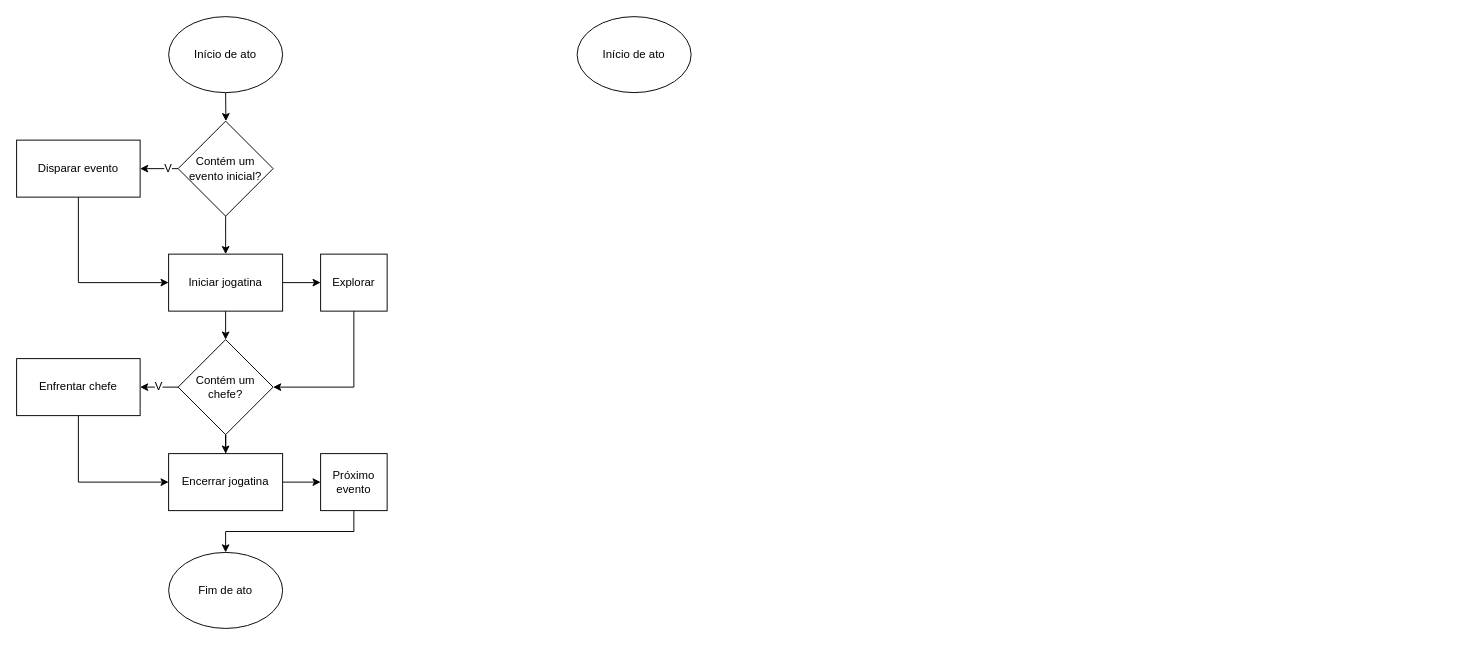
Above: DiagramaDeAtos.drawio in Andreas-Atomphi/aural-thorns-diagrams (draw.io), before the change. Source tidied: cells renumbered, new cells numbered last; positions are measured from the earlier drawing's top-left corner, leaving out a move shared by most shapes. Both pictures are drawn from the tidied source at 95%, with x=0, y=0 at pixel (16, 16).
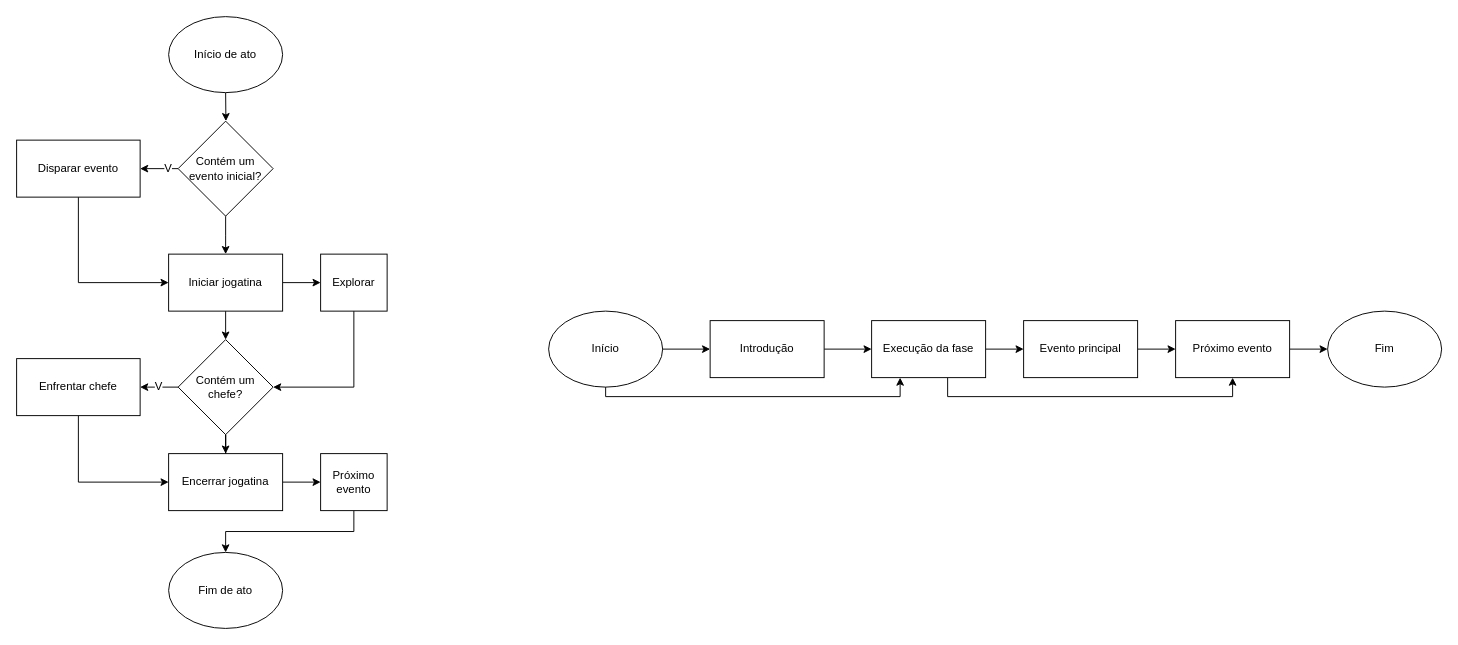
The same page after the edit.

Change to the diagram source:
```diff
@@
-    <mxCell id="26" value="Início de ato" style="ellipse;whiteSpace=wrap;html=1;" parent="1" vertex="1">
-      <mxGeometry x="590" width="120" height="80" as="geometry" />
-    </mxCell>
+    <mxCell id="27" style="edgeStyle=orthogonalEdgeStyle;rounded=0;jettySize=auto;html=1;exitX=1;exitY=0.5;exitDx=0;exitDy=0;entryX=0;entryY=0.5;entryDx=0;entryDy=0;" parent="1" edge="1" source="29" target="31">
+      <mxGeometry relative="1" as="geometry" />
+    </mxCell>
+    <mxCell id="28" style="edgeStyle=orthogonalEdgeStyle;rounded=0;jettySize=auto;html=1;entryX=0.25;entryY=1;entryDx=0;entryDy=0;" parent="1" edge="1" source="29" target="34">
+      <mxGeometry relative="1" as="geometry">
+        <Array as="points">
+          <mxPoint x="620" y="400" />
+          <mxPoint x="930" y="400" />
+        </Array>
+      </mxGeometry>
+    </mxCell>
+    <mxCell id="29" value="Início" style="ellipse;whiteSpace=wrap;html=1;" parent="1" vertex="1">
+      <mxGeometry x="560" y="310" width="120" height="80" as="geometry" />
+    </mxCell>
+    <mxCell id="30" style="edgeStyle=orthogonalEdgeStyle;rounded=0;jettySize=auto;html=1;exitX=1;exitY=0.5;exitDx=0;exitDy=0;entryX=0;entryY=0.5;entryDx=0;entryDy=0;" parent="1" edge="1" source="31" target="34">
+      <mxGeometry relative="1" as="geometry" />
+    </mxCell>
+    <mxCell id="31" value="Introdução" style="rounded=0;whiteSpace=wrap;html=1;" parent="1" vertex="1">
+      <mxGeometry x="730" y="320" width="120" height="60" as="geometry" />
+    </mxCell>
+    <mxCell id="32" style="edgeStyle=orthogonalEdgeStyle;rounded=0;jettySize=auto;html=1;" parent="1" edge="1" source="34" target="36">
+      <mxGeometry relative="1" as="geometry" />
+    </mxCell>
+    <mxCell id="33" style="edgeStyle=orthogonalEdgeStyle;rounded=0;jettySize=auto;html=1;entryX=0.5;entryY=1;entryDx=0;entryDy=0;" parent="1" edge="1" source="34" target="38">
+      <mxGeometry relative="1" as="geometry">
+        <Array as="points">
+          <mxPoint x="980" y="400" />
+          <mxPoint x="1280" y="400" />
+        </Array>
+      </mxGeometry>
+    </mxCell>
+    <mxCell id="34" value="Execução da fase" style="rounded=0;whiteSpace=wrap;html=1;" parent="1" vertex="1">
+      <mxGeometry x="900" y="320" width="120" height="60" as="geometry" />
+    </mxCell>
+    <mxCell id="35" style="edgeStyle=orthogonalEdgeStyle;rounded=0;jettySize=auto;html=1;" parent="1" edge="1" source="36" target="38">
+      <mxGeometry relative="1" as="geometry" />
+    </mxCell>
+    <mxCell id="36" value="Evento principal" style="rounded=0;whiteSpace=wrap;html=1;" parent="1" vertex="1">
+      <mxGeometry x="1060" y="320" width="120" height="60" as="geometry" />
+    </mxCell>
+    <mxCell id="37" style="edgeStyle=orthogonalEdgeStyle;rounded=0;jettySize=auto;html=1;" parent="1" edge="1" source="38" target="39">
+      <mxGeometry relative="1" as="geometry" />
+    </mxCell>
+    <mxCell id="38" value="Próximo evento" style="rounded=0;whiteSpace=wrap;html=1;" parent="1" vertex="1">
+      <mxGeometry x="1220" y="320" width="120" height="60" as="geometry" />
+    </mxCell>
+    <mxCell id="39" value="&lt;div&gt;Fim&lt;/div&gt;" style="ellipse;whiteSpace=wrap;html=1;" parent="1" vertex="1">
+      <mxGeometry x="1380" y="310" width="120" height="80" as="geometry" />
+    </mxCell>
```
